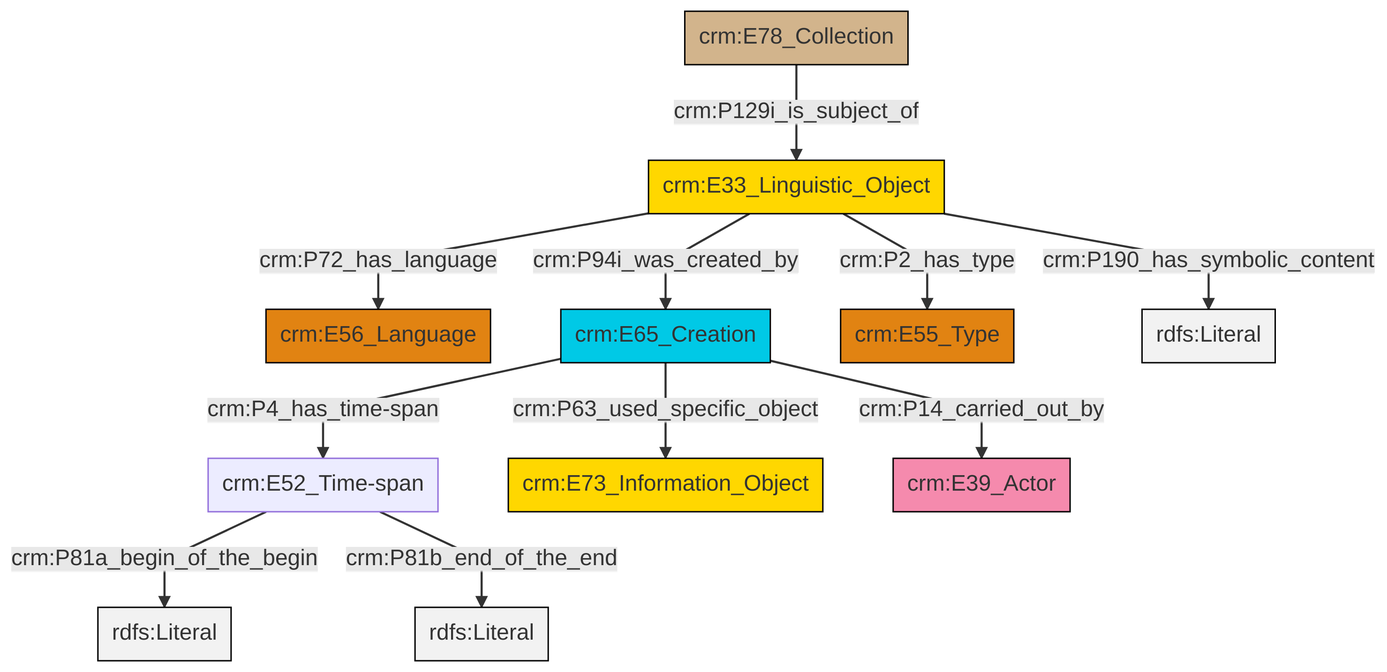
swiss-art-research-net/docs.swissartresearch keeps this Mermaid diagram as et/archivalCSV/ttl/mmd/png/archival_desc.png. Above is the earlier version. Its source is kept beside it as et/archivalCSV/ttl/mmd/archival_desc.ttl.mmd.
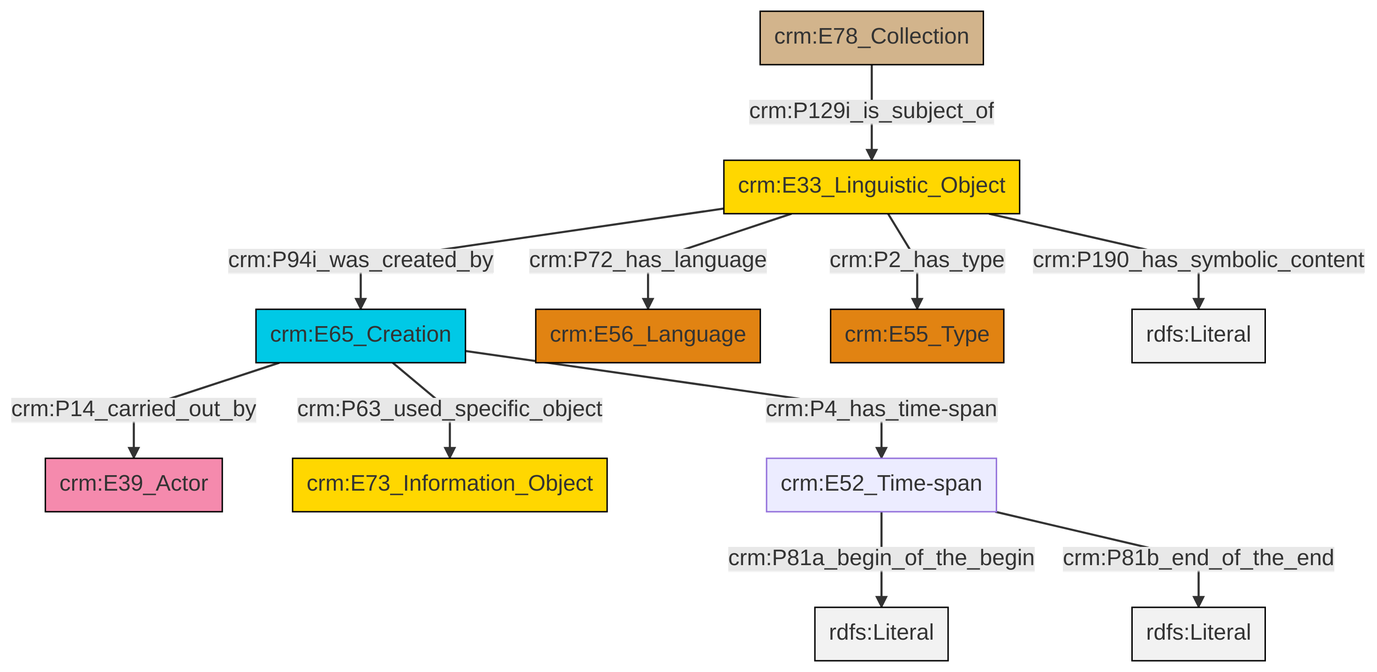
Above is the later version.

Change to the diagram source:
```diff
@@ -13,13 +13,13 @@
 classDef PC_Classes fill:#4ce600, stroke:#000000;
 classDef Multi fill:#cccccc,stroke:#000000;
 
-0["crm:E52_Time-span"]:::Default -->|crm:P81a_begin_of_the_begin| 1[rdfs:Literal]:::Literal
-2["crm:E33_Linguistic_Object"]:::Conceptual_Object -->|crm:P72_has_language| 3["crm:E56_Language"]:::Type
-4["crm:E65_Creation"]:::Temporal_Entity -->|crm:P4_has_time-span| 0["crm:E52_Time-span"]:::Default
-0["crm:E52_Time-span"]:::Default -->|crm:P81b_end_of_the_end| 5[rdfs:Literal]:::Literal
-2["crm:E33_Linguistic_Object"]:::Conceptual_Object -->|crm:P94i_was_created_by| 4["crm:E65_Creation"]:::Temporal_Entity
-4["crm:E65_Creation"]:::Temporal_Entity -->|crm:P63_used_specific_object| 10["crm:E73_Information_Object"]:::Conceptual_Object
-6["crm:E78_Collection"]:::Physical_Thing -->|crm:P129i_is_subject_of| 2["crm:E33_Linguistic_Object"]:::Conceptual_Object
-2["crm:E33_Linguistic_Object"]:::Conceptual_Object -->|crm:P2_has_type| 11["crm:E55_Type"]:::Type
-4["crm:E65_Creation"]:::Temporal_Entity -->|crm:P14_carried_out_by| 12["crm:E39_Actor"]:::Actor
-2["crm:E33_Linguistic_Object"]:::Conceptual_Object -->|crm:P190_has_symbolic_content| 18[rdfs:Literal]:::Literal
+0["crm:E33_Linguistic_Object"]:::Conceptual_Object -->|crm:P94i_was_created_by| 1["crm:E65_Creation"]:::Temporal_Entity
+1["crm:E65_Creation"]:::Temporal_Entity -->|crm:P14_carried_out_by| 2["crm:E39_Actor"]:::Actor
+5["crm:E78_Collection"]:::Physical_Thing -->|crm:P129i_is_subject_of| 0["crm:E33_Linguistic_Object"]:::Conceptual_Object
+11["crm:E52_Time-span"]:::Default -->|crm:P81a_begin_of_the_begin| 12[rdfs:Literal]:::Literal
+1["crm:E65_Creation"]:::Temporal_Entity -->|crm:P63_used_specific_object| 6["crm:E73_Information_Object"]:::Conceptual_Object
+0["crm:E33_Linguistic_Object"]:::Conceptual_Object -->|crm:P2_has_type| 14["crm:E55_Type"]:::Type
+11["crm:E52_Time-span"]:::Default -->|crm:P81b_end_of_the_end| 15[rdfs:Literal]:::Literal
+0["crm:E33_Linguistic_Object"]:::Conceptual_Object -->|crm:P190_has_symbolic_content| 17[rdfs:Literal]:::Literal
+1["crm:E65_Creation"]:::Temporal_Entity -->|crm:P4_has_time-span| 11["crm:E52_Time-span"]:::Default
+0["crm:E33_Linguistic_Object"]:::Conceptual_Object -->|crm:P72_has_language| 9["crm:E56_Language"]:::Type
```
